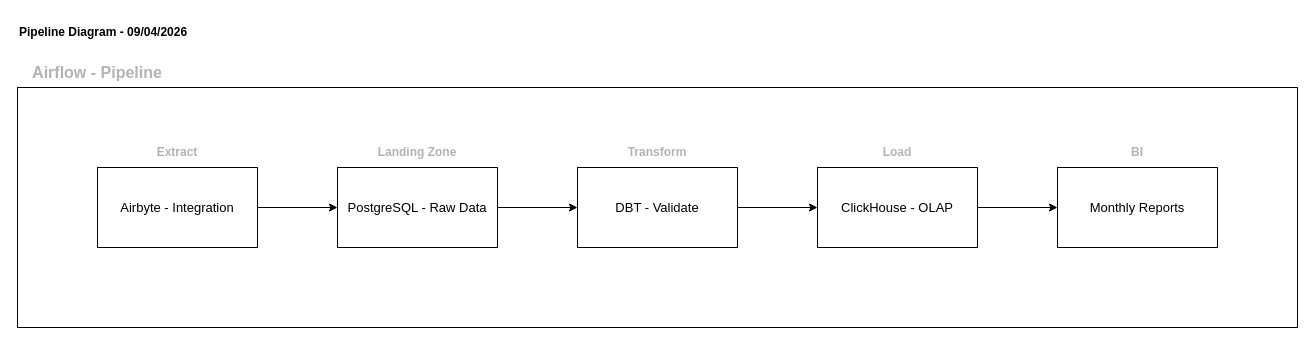
This is docs/pipline_diagram.drawio from vladimircuriel/sb-data-engineering-pipeline, a draw.io file, before an edit. Source tidied: cells renumbered, new cells numbered last; positions are measured from the earlier drawing's top-left corner, leaving out a move shared by most shapes. Both pictures are drawn from the tidied source at 100%, with x=0, y=0 at pixel (17, 17).
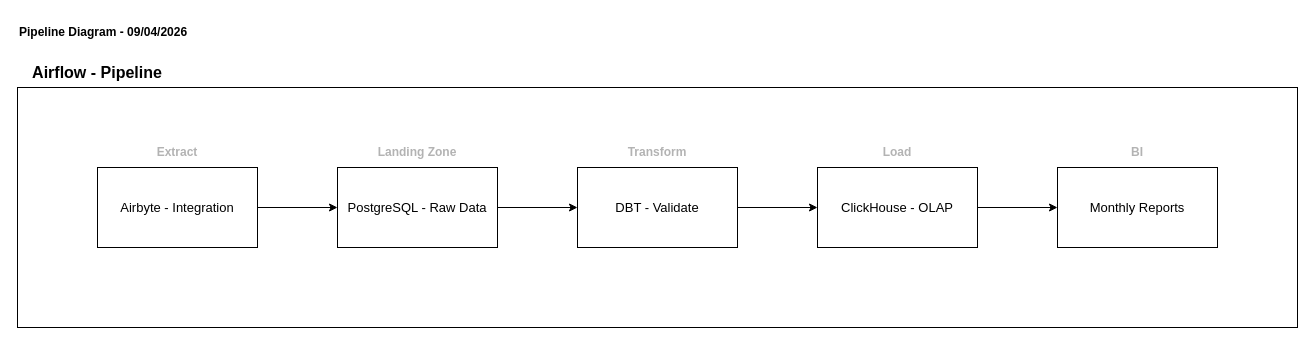
The same diagram, later.

Commit message:
fix: update pipeline diagram

Diff of the diagram source:
```diff
@@
 <mxGraphModel>
   <root>
     <mxCell id="0" />
     <mxCell id="1" parent="0" />
     <mxCell id="2" style="rounded=0;whiteSpace=wrap;html=1;fontColor=default;fillColor=none;" parent="1" vertex="1">
       <mxGeometry y="70" width="1280" height="240" as="geometry" />
     </mxCell>
     <mxCell id="3" style="edgeStyle=orthogonalEdgeStyle;rounded=0;jettySize=auto;html=1;entryX=0;entryY=0.5;entryDx=0;entryDy=0;" parent="1" edge="1" source="4" target="6">
       <mxGeometry relative="1" as="geometry" />
     </mxCell>
     <mxCell id="4" value="&lt;div&gt;Airbyte - Integration&lt;/div&gt;" style="rounded=0;whiteSpace=wrap;html=1;fontSize=13;" parent="1" vertex="1">
       <mxGeometry x="80" y="150" width="160" height="80" as="geometry" />
     </mxCell>
     <mxCell id="5" style="edgeStyle=orthogonalEdgeStyle;rounded=0;jettySize=auto;html=1;" parent="1" edge="1" source="6" target="10">
       <mxGeometry relative="1" as="geometry" />
     </mxCell>
     <mxCell id="6" value="PostgreSQL - Raw Data" style="rounded=0;whiteSpace=wrap;html=1;fontSize=13;" parent="1" vertex="1">
       <mxGeometry x="320" y="150" width="160" height="80" as="geometry" />
     </mxCell>
     <mxCell id="7" value="Extract" style="text;html=1;whiteSpace=wrap;strokeColor=none;fillColor=none;align=center;verticalAlign=middle;rounded=0;fontStyle=1;fontColor=#B3B3B3;" parent="1" vertex="1">
       <mxGeometry x="130" y="120" width="60" height="30" as="geometry" />
     </mxCell>
     <mxCell id="8" value="Landing Zone" style="text;html=1;whiteSpace=wrap;strokeColor=none;fillColor=none;align=center;verticalAlign=middle;rounded=0;fontStyle=1;fontColor=#B3B3B3;" parent="1" vertex="1">
       <mxGeometry x="352" y="120" width="96" height="30" as="geometry" />
     </mxCell>
     <mxCell id="9" style="edgeStyle=orthogonalEdgeStyle;rounded=0;jettySize=auto;html=1;" parent="1" edge="1" source="10" target="13">
       <mxGeometry relative="1" as="geometry" />
     </mxCell>
     <mxCell id="10" value="DBT - Validate" style="rounded=0;whiteSpace=wrap;html=1;fontSize=13;" parent="1" vertex="1">
       <mxGeometry x="560" y="150" width="160" height="80" as="geometry" />
     </mxCell>
     <mxCell id="11" value="Transform" style="text;html=1;whiteSpace=wrap;strokeColor=none;fillColor=none;align=center;verticalAlign=middle;rounded=0;fontStyle=1;fontColor=#B3B3B3;" parent="1" vertex="1">
       <mxGeometry x="592" y="120" width="96" height="30" as="geometry" />
     </mxCell>
     <mxCell id="12" style="edgeStyle=orthogonalEdgeStyle;rounded=0;jettySize=auto;html=1;" parent="1" edge="1" source="13" target="16">
       <mxGeometry relative="1" as="geometry" />
     </mxCell>
     <mxCell id="13" value="ClickHouse - OLAP" style="rounded=0;whiteSpace=wrap;html=1;fontSize=13;" parent="1" vertex="1">
       <mxGeometry x="800" y="150" width="160" height="80" as="geometry" />
     </mxCell>
     <mxCell id="14" value="Load" style="text;html=1;whiteSpace=wrap;strokeColor=none;fillColor=none;align=center;verticalAlign=middle;rounded=0;fontStyle=1;fontColor=#B3B3B3;" parent="1" vertex="1">
       <mxGeometry x="832" y="120" width="96" height="30" as="geometry" />
     </mxCell>
-    <mxCell id="15" value="Airflow - Pipeline" style="text;html=1;whiteSpace=wrap;strokeColor=none;fillColor=none;align=center;verticalAlign=middle;rounded=0;fontStyle=1;fontColor=#B3B3B3;fontSize=16;" parent="1" vertex="1">
+    <mxCell id="15" value="Airflow - Pipeline" style="text;html=1;whiteSpace=wrap;strokeColor=none;fillColor=none;align=center;verticalAlign=middle;rounded=0;fontStyle=1;fontColor=#000000;fontSize=16;" parent="1" vertex="1">
       <mxGeometry y="40" width="160" height="30" as="geometry" />
     </mxCell>
     <mxCell id="16" value="Monthly Reports" style="rounded=0;whiteSpace=wrap;html=1;fontSize=13;" parent="1" vertex="1">
       <mxGeometry x="1040" y="150" width="160" height="80" as="geometry" />
     </mxCell>
     <mxCell id="17" value="BI" style="text;html=1;whiteSpace=wrap;strokeColor=none;fillColor=none;align=center;verticalAlign=middle;rounded=0;fontStyle=1;fontColor=#B3B3B3;" parent="1" vertex="1">
       <mxGeometry x="1072" y="120" width="96" height="30" as="geometry" />
     </mxCell>
     <mxCell id="18" value="Pipeline Diagram - 09/04/2026" style="text;html=1;whiteSpace=wrap;strokeColor=none;fillColor=none;align=left;verticalAlign=middle;rounded=0;fontStyle=1;" parent="1" vertex="1">
       <mxGeometry width="230" height="30" as="geometry" />
     </mxCell>
   </root>
 </mxGraphModel>
```
